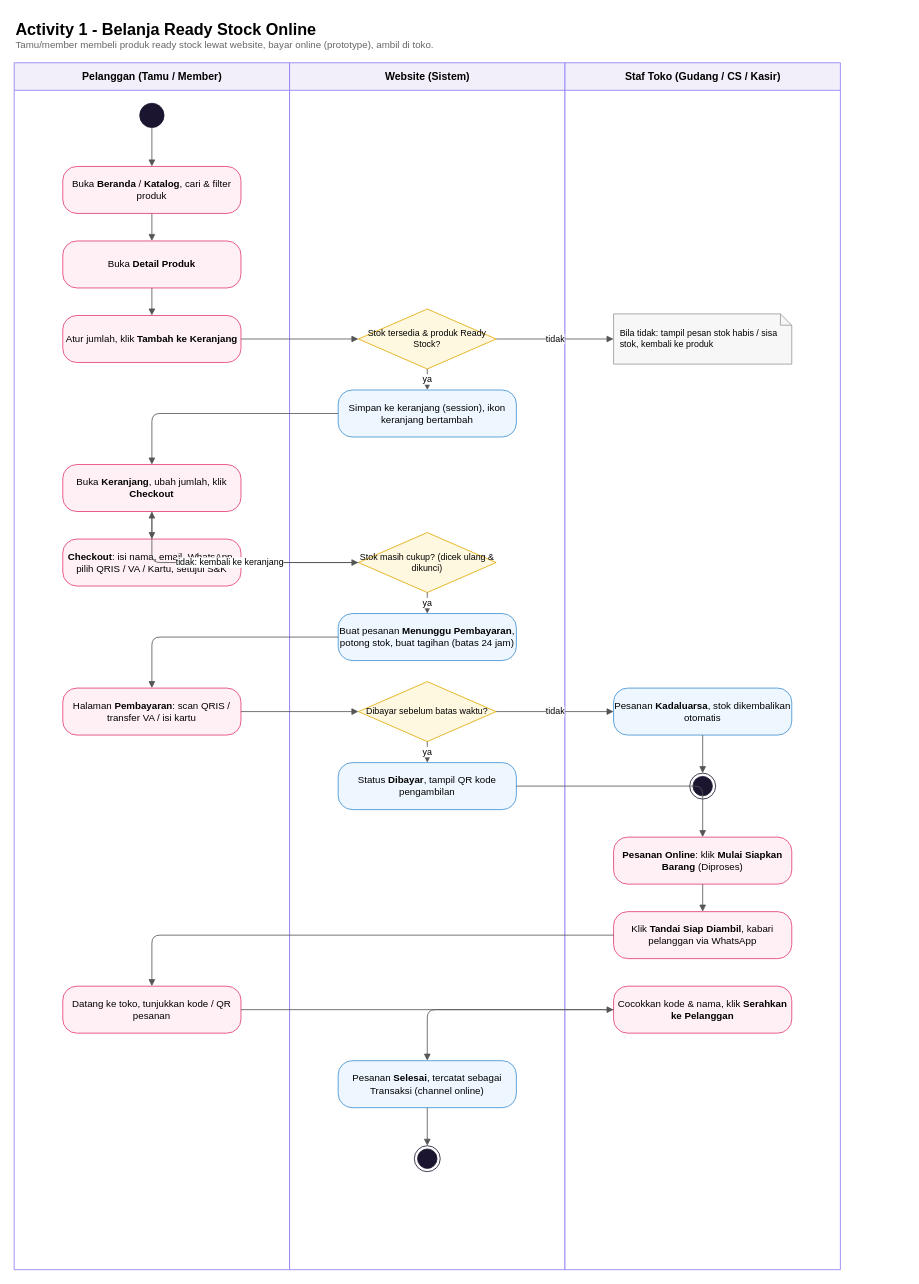
MaskFpv/KZ_Hobby_Store keeps this draw.io diagram as page "Activity 1 - Belanja Ready Stock Online" (4 of 15) of docs/diagrams/kz-hobby-store.drawio. Above is the earlier version. Source tidied: cells renumbered, new cells numbered last; positions are measured from the earlier drawing's top-left corner, leaving out a move shared by most shapes. Both pictures are drawn from the tidied source at 81%, with x=0, y=0 at pixel (14, 14).
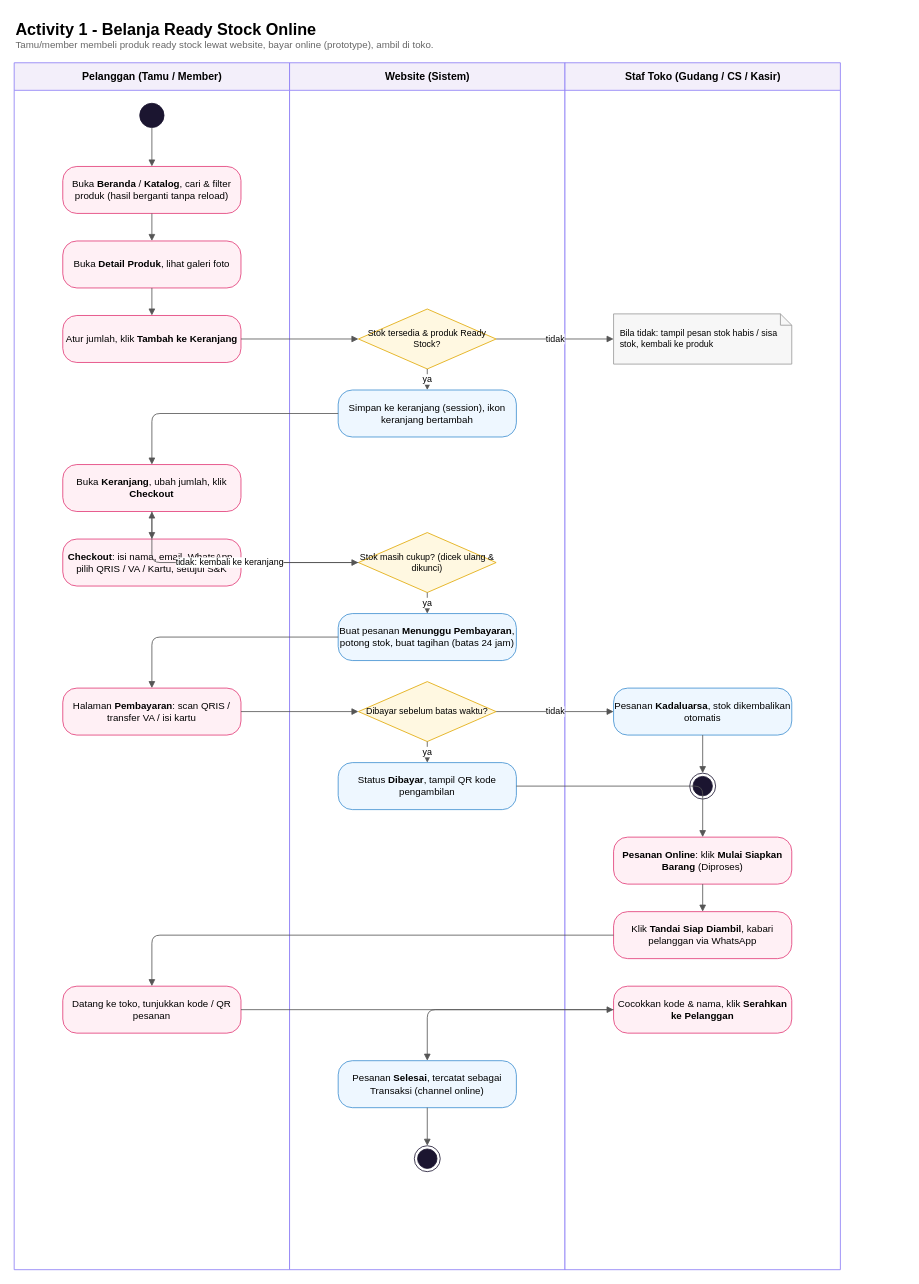
The same page after the edit.

Commit message (it also covers changes not shown here):
Docs: diagram & spec diperbarui untuk artikel, role sosmed, galeri produk

- Diagram: peta halaman (/artikel, menu Konten Website), use case (aktor Admin Sosmed),
  Activity 10 "Kelola & Baca Artikel", ERD & LRS + articles, article_categories, product_images
- Spec: tabel hak akses 7 role, halaman & tabel baru, revisi artikel dan ronde 4 (latar hidup, dst.)

The change refers to these unchanged cells:
```xml
<mxCell id="3" value="&lt;b&gt;Pelanggan (Tamu / Member)&lt;/b&gt;" style="swimlane;startSize=34;html=1;fillColor=#f3effa;strokeColor=#8b7cf6;fontSize=13;swimlaneFillColor=#ffffff;" parent="1" vertex="1">
  <mxGeometry y="60" width="340" height="1490" as="geometry" />
</mxCell>
```

Diff of the diagram source:
```diff
@@
-    <mxCell id="7" value="Buka &lt;b&gt;Beranda&lt;/b&gt; / &lt;b&gt;Katalog&lt;/b&gt;, cari &amp; filter produk" style="rounded=1;whiteSpace=wrap;html=1;arcSize=30;fillColor=#fff0f5;strokeColor=#e23a76;fontSize=12;" parent="3" vertex="1">
+    <mxCell id="7" value="Buka &lt;b&gt;Beranda&lt;/b&gt; / &lt;b&gt;Katalog&lt;/b&gt;, cari &amp; filter produk (hasil berganti tanpa reload)" style="rounded=1;whiteSpace=wrap;html=1;arcSize=30;fillColor=#fff0f5;strokeColor=#e23a76;fontSize=12;" parent="3" vertex="1">
       <mxGeometry x="60" y="128" width="220" height="58" as="geometry" />
     </mxCell>
-    <mxCell id="8" value="Buka &lt;b&gt;Detail Produk&lt;/b&gt;" style="rounded=1;whiteSpace=wrap;html=1;arcSize=30;fillColor=#fff0f5;strokeColor=#e23a76;fontSize=12;" parent="3" vertex="1">
+    <mxCell id="8" value="Buka &lt;b&gt;Detail Produk&lt;/b&gt;, lihat galeri foto" style="rounded=1;whiteSpace=wrap;html=1;arcSize=30;fillColor=#fff0f5;strokeColor=#e23a76;fontSize=12;" parent="3" vertex="1">
       <mxGeometry x="60" y="220" width="220" height="58" as="geometry" />
     </mxCell>
```
